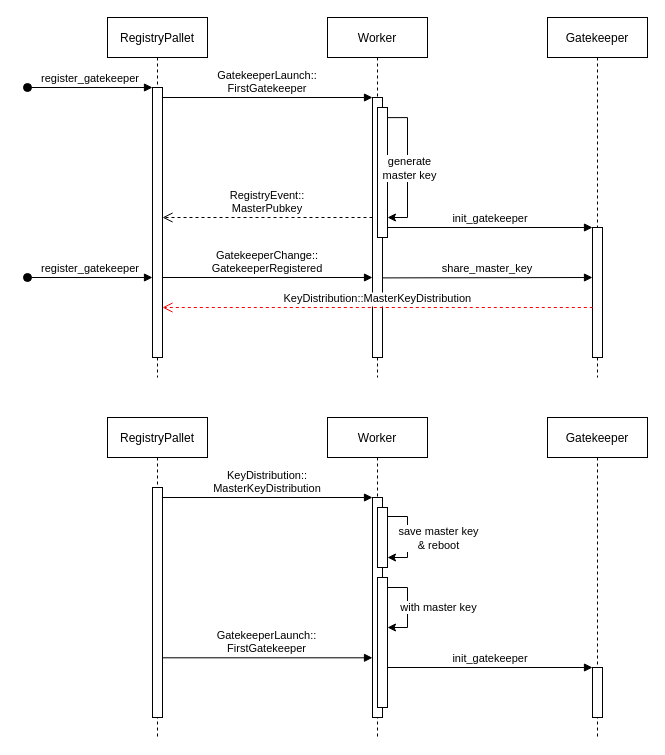
Earlier version of the draw.io diagram page "key provision" (1 of 2) of master-key-provision.drawio (shelvenzhou/drawio-diagrams). Source tidied: cells renumbered, new cells numbered last; positions are measured from the earlier drawing's top-left corner, leaving out a move shared by most shapes. Both pictures are drawn from the tidied source at 100%, with x=0, y=0 at pixel (27, 17).
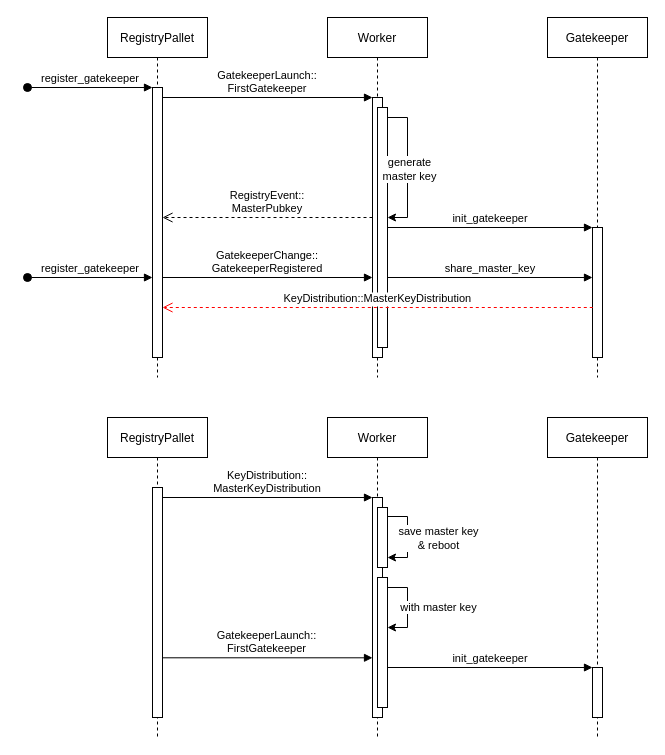
Above is the later version.

The change refers to these unchanged cells:
```xml
<mxCell id="6" value="Worker" style="shape=umlLifeline;perimeter=lifelinePerimeter;rounded=0;shadow=0;strokeWidth=1;" parent="1" vertex="1">
  <mxGeometry x="300" width="100" height="360" as="geometry" />
</mxCell>
```

Change to the diagram source:
```diff
@@
     <mxCell id="8" style="points=[];perimeter=orthogonalPerimeter;rounded=0;shadow=0;strokeWidth=1;" parent="6" vertex="1">
-      <mxGeometry x="50" y="90" width="10" height="130" as="geometry" />
+      <mxGeometry x="50" y="90" width="10" height="240" as="geometry" />
     </mxCell>
-    <mxCell id="9" style="edgeStyle=orthogonalEdgeStyle;rounded=0;jettySize=auto;html=1;exitX=1.048;exitY=0.078;exitDx=0;exitDy=0;exitPerimeter=0;" parent="6" edge="1" source="8">
+    <mxCell id="9" style="edgeStyle=orthogonalEdgeStyle;rounded=0;jettySize=auto;html=1;" parent="6" edge="1" source="8">
       <mxGeometry relative="1" as="geometry">
         <mxPoint x="60" y="200" as="targetPoint" />
         <Array as="points">
           <mxPoint x="80" y="100" />
           <mxPoint x="80" y="200" />
         </Array>
       </mxGeometry>
     </mxCell>
@@
-    <mxCell id="30" value="share_master_key" style="verticalAlign=bottom;endArrow=block;shadow=0;strokeWidth=1;exitX=1.005;exitY=0.065;exitDx=0;exitDy=0;exitPerimeter=0;" parent="1" edge="1">
+    <mxCell id="30" value="share_master_key" style="verticalAlign=bottom;endArrow=block;shadow=0;strokeWidth=1;" parent="1" edge="1" source="8">
       <mxGeometry relative="1" as="geometry">
-        <mxPoint x="355.1" y="260.4" as="sourcePoint" />
         <mxPoint x="565" y="260" as="targetPoint" />
       </mxGeometry>
     </mxCell>
```
